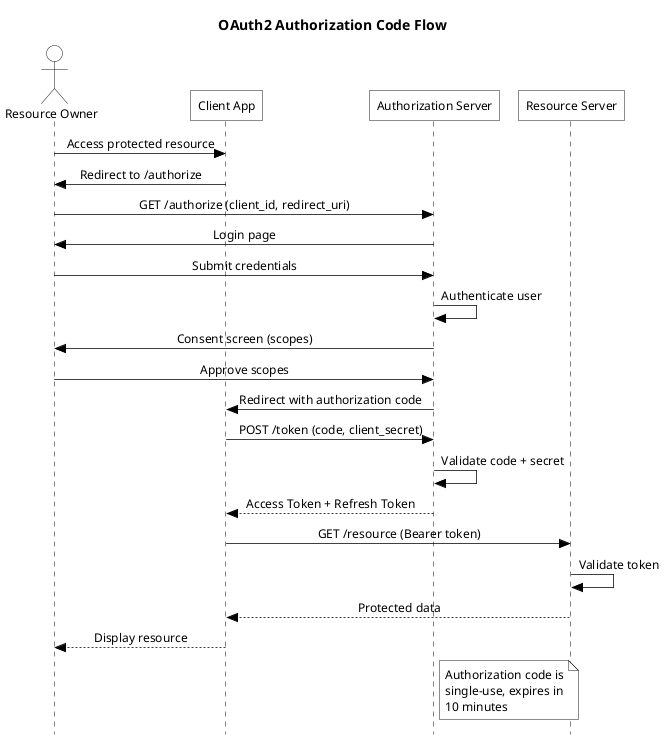
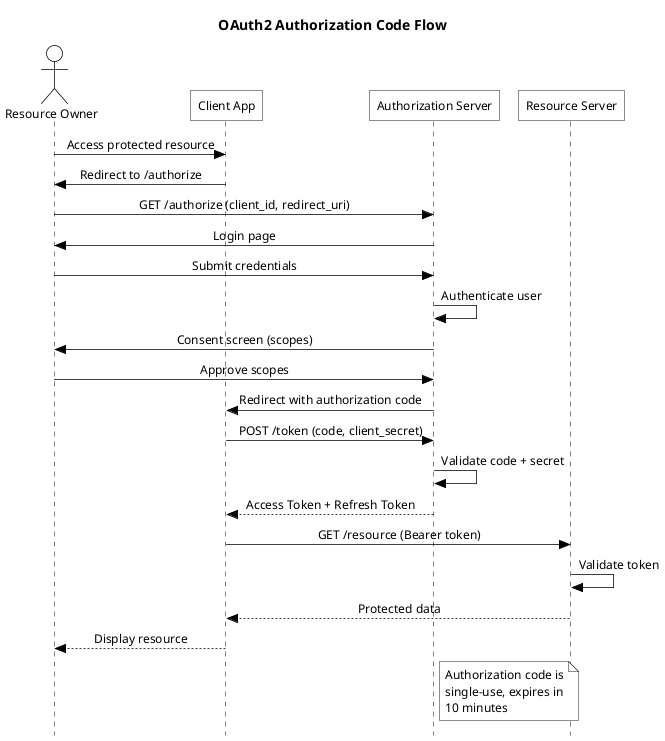
@startuml
' uml-diagrams.org reference style — strict OMG UML 2.x, monochrome
skinparam monochrome true
skinparam backgroundColor #FFFFFF
skinparam defaultFontName Helvetica
skinparam defaultFontSize 12
skinparam shadowing false
skinparam style strictuml
skinparam classAttributeIconSize 0
skinparam sequenceMessageAlign center
skinparam roundCorner 0

skinparam ActorBackgroundColor #FFFFFF
+ skinparam ActorBorderColor #000000
+ skinparam ActorBorderThickness 0.75
skinparam ParticipantBackgroundColor #FFFFFF
skinparam NoteBackgroundColor #FFFFFF
skinparam SequenceGroupBackgroundColor #FFFFFF
skinparam PackageBackgroundColor #FFFFFF
skinparam ClassBackgroundColor #FFFFFF
skinparam ObjectBackgroundColor #FFFFFF
skinparam StateBackgroundColor #FFFFFF
skinparam UsecaseBackgroundColor #FFFFFF
skinparam ComponentBackgroundColor #FFFFFF
skinparam ActivityBackgroundColor #FFFFFF
skinparam NodeBackgroundColor #FFFFFF
skinparam DatabaseBackgroundColor #FFFFFF
skinparam StereotypeCBackgroundColor #FFFFFF
skinparam StereotypeIBackgroundColor #FFFFFF
skinparam StereotypeABackgroundColor #FFFFFF
skinparam StereotypeEBackgroundColor #FFFFFF

skinparam SequenceLifeLineBorderColor #000000
skinparam SequenceLifeLineBackgroundColor #FFFFFF
skinparam SequenceLifeLineBorderThickness 0.75
skinparam SequenceActivationBackgroundColor #FFFFFF
skinparam SequenceActivationBorderColor #000000
skinparam SequenceArrowColor #000000
skinparam SequenceArrowThickness 0.75
skinparam SequenceBoxBackgroundColor #FFFFFF

skinparam ArrowColor #000000
skinparam ArrowThickness 0.75
skinparam DefaultTextColor #000000

title OAuth2 Authorization Code Flow

actor "Resource Owner" as User
participant "Client App" as Client
participant "Authorization Server" as AuthServer
participant "Resource Server" as Resource

User -> Client: Access protected resource
Client -> User: Redirect to /authorize
User -> AuthServer: GET /authorize (client_id, redirect_uri)
AuthServer -> User: Login page
User -> AuthServer: Submit credentials
AuthServer -> AuthServer: Authenticate user
AuthServer -> User: Consent screen (scopes)
User -> AuthServer: Approve scopes
AuthServer -> Client: Redirect with authorization code
Client -> AuthServer: POST /token (code, client_secret)
AuthServer -> AuthServer: Validate code + secret
AuthServer --> Client: Access Token + Refresh Token
Client -> Resource: GET /resource (Bearer token)
Resource -> Resource: Validate token
Resource --> Client: Protected data
Client --> User: Display resource

note right of AuthServer
  Authorization code is
  single-use, expires in
  10 minutes
end note
@enduml
